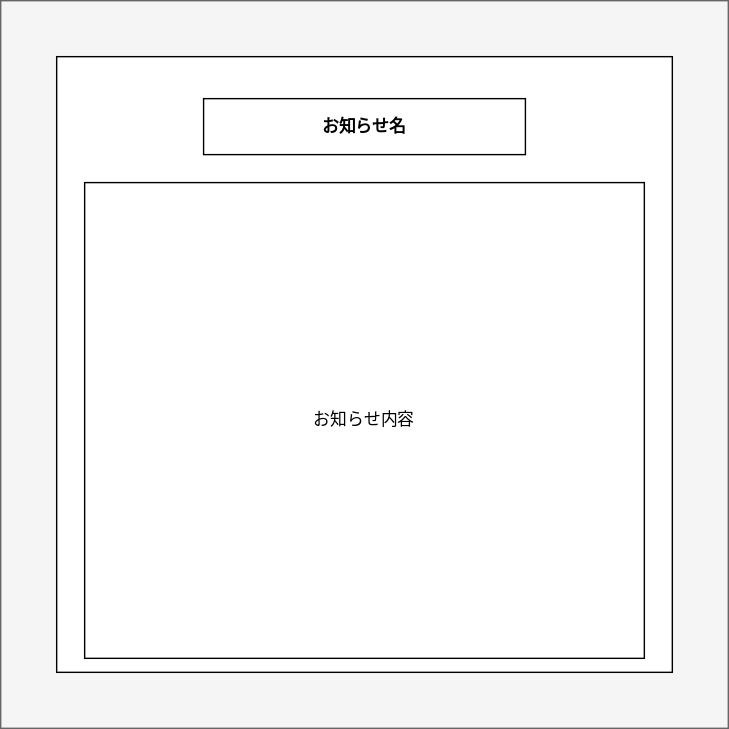
Earlier version of the draw.io export SpecificationDocuments/draw/img/portfolio-information.svg (nekkiChan/Portfolio). Source tidied: cells renumbered, new cells last; positions are measured from the earlier drawing's top-left corner, leaving out a move shared by most shapes.
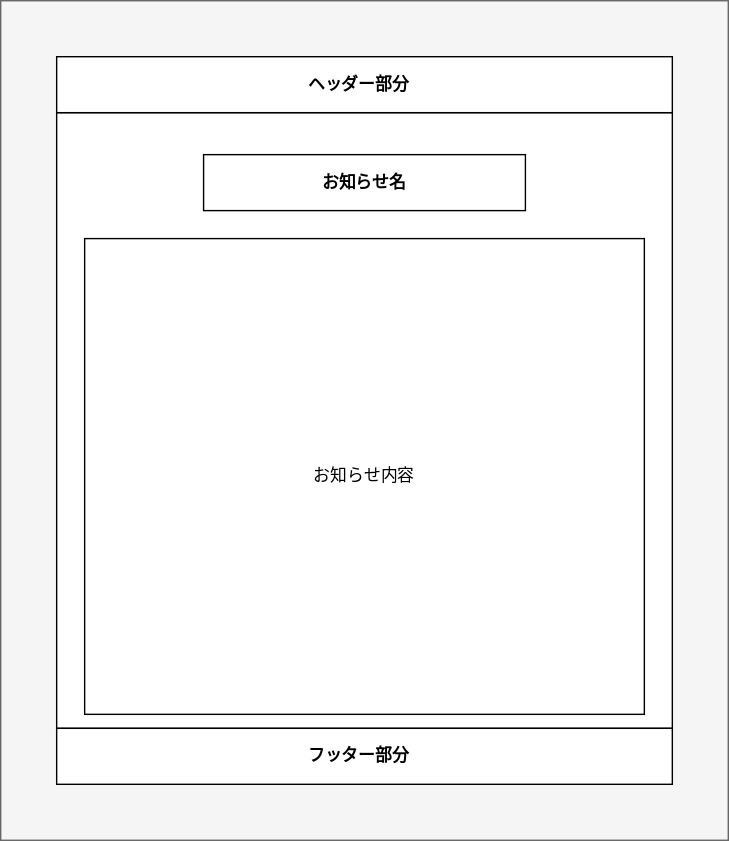
The same file after the commit.

The edit, as a diff of the source:
```diff
@@ -3,7 +3,7 @@
     <mxCell id="0" />
     <mxCell id="1" parent="0" />
     <mxCell id="2" style="rounded=0;whiteSpace=wrap;html=1;fillColor=#f5f5f5;fontColor=#333333;strokeColor=#666666;" parent="1" vertex="1">
-      <mxGeometry width="520" height="520" as="geometry" />
+      <mxGeometry y="-40" width="520" height="600" as="geometry" />
     </mxCell>
     <mxCell id="3" style="rounded=0;whiteSpace=wrap;html=1;" parent="1" vertex="1">
       <mxGeometry x="40" y="40" width="440" height="440" as="geometry" />
@@ -14,5 +14,11 @@
     <mxCell id="5" value="お知らせ内容" style="rounded=0;whiteSpace=wrap;html=1;labelBackgroundColor=default;" parent="1" vertex="1">
       <mxGeometry x="60" y="130" width="400" height="340" as="geometry" />
     </mxCell>
+    <mxCell id="6" value="&lt;div style=&quot;&quot;&gt;&lt;b&gt;&lt;span style=&quot;background-color: initial;&quot;&gt;フッター部分&lt;/span&gt;&lt;span style=&quot;background-color: initial; white-space: pre;&quot;&gt;&#9;&lt;/span&gt;&lt;/b&gt;&lt;/div&gt;" style="rounded=0;whiteSpace=wrap;html=1;align=center;" parent="1" vertex="1">
+      <mxGeometry x="40" y="480" width="440" height="40" as="geometry" />
+    </mxCell>
+    <mxCell id="7" value="&lt;b&gt;ヘッダー部分&lt;span style=&quot;white-space: pre;&quot;&gt;&#9;&lt;/span&gt;&lt;/b&gt;" style="rounded=0;whiteSpace=wrap;html=1;align=center;" parent="1" vertex="1">
+      <mxGeometry x="40" width="440" height="40" as="geometry" />
+    </mxCell>
   </root>
 </mxGraphModel>
```
